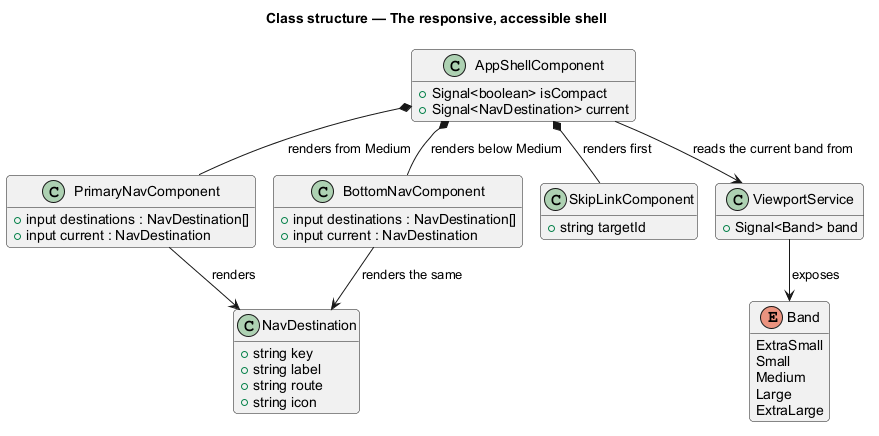
QuinntyneBrown/Barnabas keeps this PlantUML diagram as docs/detailed-designs/platform/responsive-and-accessible-shell/diagrams/class-structure.png. Above is the earlier version.
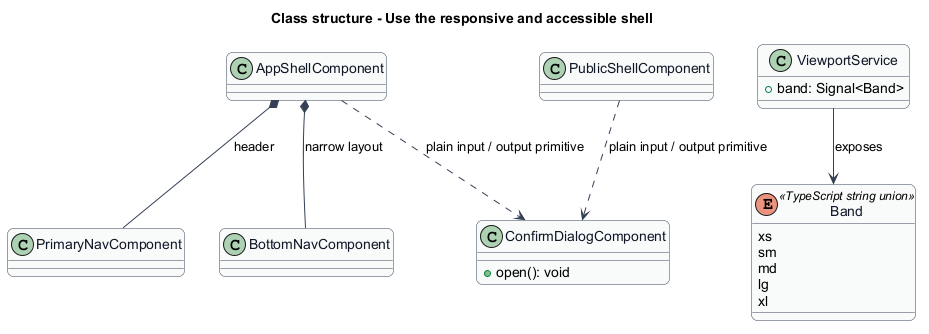
After the change.

Diff of the diagram source:
```diff
@@ -1,49 +1,44 @@
 @startuml
-!pragma layout smetana
-title Class structure — The responsive, accessible shell
 skinparam backgroundColor #FFFFFF
 skinparam shadowing false
-skinparam roundcorner 8
+skinparam roundcorner 12
 skinparam defaultFontName Arial
-hide empty members
-
-class AppShellComponent {
-  +Signal<boolean> isCompact
-  +Signal<NavDestination> current
+skinparam ArrowColor #344054
+skinparam rectangle {
+  BorderColor #344054
+  FontColor #101828
 }
-class PrimaryNavComponent {
-  +input destinations : NavDestination[]
-  +input current : NavDestination
+skinparam package {
+  BorderColor #667085
+  FontColor #101828
+  BackgroundColor #F9FAFB
 }
-class BottomNavComponent {
-  +input destinations : NavDestination[]
-  +input current : NavDestination
+skinparam class {
+  BorderColor #344054
+  FontColor #101828
+  BackgroundColor #F9FAFB
 }
-class SkipLinkComponent {
-  +string targetId
-}
-class NavDestination {
-  +string key
-  +string label
-  +string route
-  +string icon
+title Class structure - Use the responsive and accessible shell
+class AppShellComponent
+class PublicShellComponent
+class PrimaryNavComponent
+class BottomNavComponent
+class ConfirmDialogComponent {
+  +open(): void
 }
 class ViewportService {
-  +Signal<Band> band
+  +band: Signal<Band>
 }
-enum Band {
-  ExtraSmall
-  Small
-  Medium
-  Large
-  ExtraLarge
+enum Band <<TypeScript string union>> {
+  xs
+  sm
+  md
+  lg
+  xl
 }
-
-AppShellComponent *-- SkipLinkComponent : renders first
-AppShellComponent *-- PrimaryNavComponent : renders from Medium
-AppShellComponent *-- BottomNavComponent : renders below Medium
-AppShellComponent --> ViewportService : reads the current band from
-PrimaryNavComponent --> NavDestination : renders
-BottomNavComponent --> NavDestination : renders the same
+AppShellComponent *-- PrimaryNavComponent : header
+AppShellComponent *-- BottomNavComponent : narrow layout
+AppShellComponent ..> ConfirmDialogComponent : plain input / output primitive
+PublicShellComponent ..> ConfirmDialogComponent : plain input / output primitive
 ViewportService --> Band : exposes
 @enduml
```
